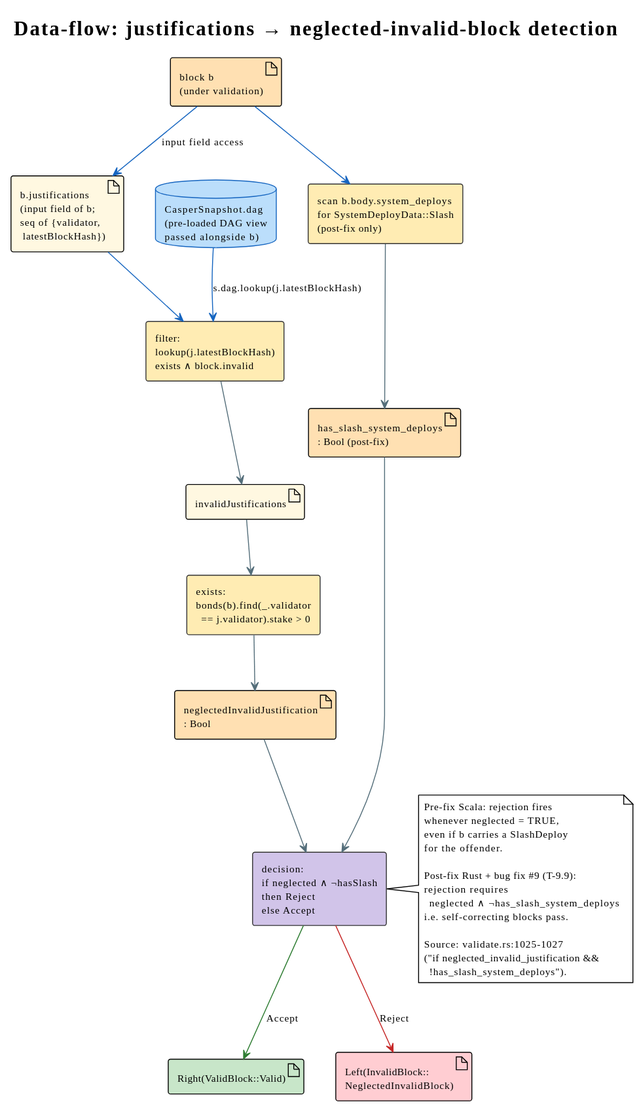
This is docs/theory/slashing/diagrams/08-dataflow-justifications-to-neglect.svg from F1R3FLY-io/f1r3node-rust, a PlantUML export, as it was before one commit. Source of this version:
```plantuml
@startuml
!theme plain

skinparam componentStyle rectangle
skinparam component {
  BackgroundColor #FFFFFF
  BorderColor     #333333
}
skinparam database {
  BackgroundColor #BBDEFB
  BorderColor     #1565C0
}
skinparam defaultFontName "sans-serif"
skinparam defaultFontSize 11

title Data-flow: justifications → neglected-invalid-block detection


artifact "block b\n(under validation)"             as B    #FFE0B2
artifact "b.justifications\n(input field of b;\nseq of {validator,\n latestBlockHash})" as J    #FFF8E1
database "CasperSnapshot.dag\n(pre-loaded DAG view\npassed alongside b)" as S    #BBDEFB

component "filter:\nlookup(j.latestBlockHash)\nexists ∧ block.invalid"  as F1   #FFECB3
component "exists:\nbonds(b).find(_.validator\n  == j.validator).stake > 0" as F2 #FFECB3
component "scan b.body.system_deploys\nfor SystemDeployData::Slash\n(post-fix only)"  as F3   #FFECB3

artifact "invalidJustifications"        as IJ   #FFF8E1
artifact "neglectedInvalidJustification\n: Bool"  as N    #FFE0B2
artifact "has_slash_system_deploys\n: Bool (post-fix)"  as HS   #FFE0B2

component "decision:\nif neglected ∧ ¬hasSlash\nthen Reject\nelse Accept"  as DEC  #D1C4E9

artifact "Right(ValidBlock::Valid)"                       as OK   #C8E6C9
artifact "Left(InvalidBlock::\nNeglectedInvalidBlock)"     as REJ  #FFCDD2

B  -[#1565C0]-> J  : input field access
J  -[#1565C0]-> F1
S  -[#1565C0]-> F1 : s.dag.lookup(j.latestBlockHash)
F1 -[#546E7A]-> IJ
IJ -[#546E7A]-> F2
F2 -[#546E7A]-> N
B  -[#1565C0]-> F3
F3 -[#546E7A]-> HS
N  -[#546E7A]-> DEC
HS -[#546E7A]-> DEC
DEC -[#2E7D32]-> OK    : Accept
DEC -[#C62828]-> REJ   : Reject

note right of DEC
  Pre-fix Scala: rejection fires
  whenever neglected = TRUE,
  even if b carries a SlashDeploy
  for the offender.

  Post-fix Rust + bug fix #9 (T-9.9):
  rejection requires
    neglected ∧ ¬has_slash_system_deploys
  i.e. self-correcting blocks pass.

  Source: validate.rs:1025-1027
  ("if neglected_invalid_justification &&
    !has_slash_system_deploys").
end note
@enduml
```
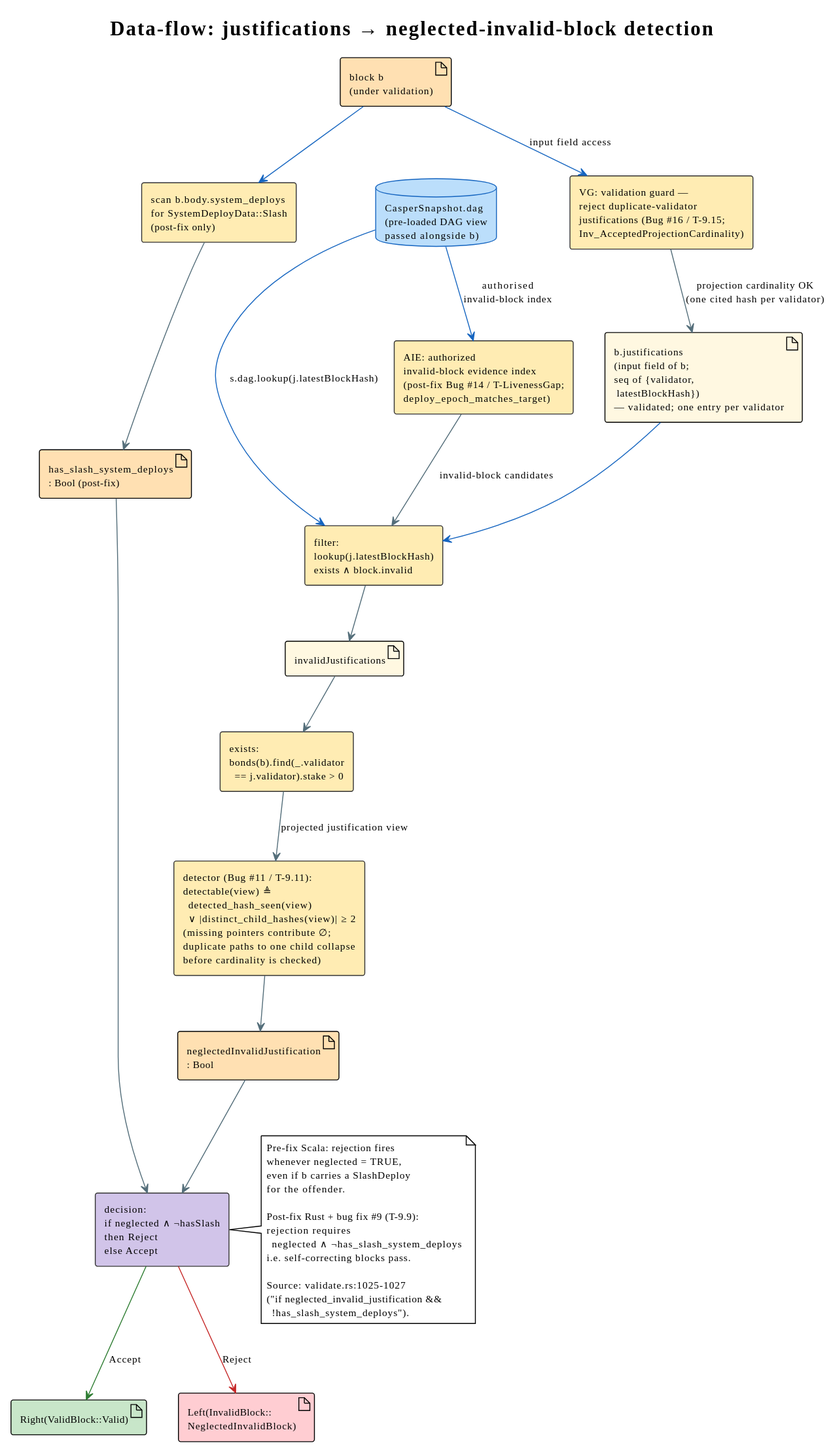
Above is the later version.

The edit, as a diff of the source:
```diff
@@ -17,12 +17,16 @@
 
 
 artifact "block b\n(under validation)"             as B    #FFE0B2
-artifact "b.justifications\n(input field of b;\nseq of {validator,\n latestBlockHash})" as J    #FFF8E1
+component "VG: validation guard —\nreject duplicate-validator\njustifications (Bug #16 / T-9.15;\nInv_AcceptedProjectionCardinality)"  as VG   #FFECB3
+artifact "b.justifications\n(input field of b;\nseq of {validator,\n latestBlockHash})\n— validated; one entry per validator" as J    #FFF8E1
 database "CasperSnapshot.dag\n(pre-loaded DAG view\npassed alongside b)" as S    #BBDEFB
 
 component "filter:\nlookup(j.latestBlockHash)\nexists ∧ block.invalid"  as F1   #FFECB3
+component "AIE: authorized\ninvalid-block evidence index\n(post-fix Bug #14 / T-LivenessGap;\ndeploy_epoch_matches_target)"  as AIE  #FFECB3
 component "exists:\nbonds(b).find(_.validator\n  == j.validator).stake > 0" as F2 #FFECB3
 component "scan b.body.system_deploys\nfor SystemDeployData::Slash\n(post-fix only)"  as F3   #FFECB3
+
+component "detector (Bug #11 / T-9.11):\ndetectable(view) ≜\n  detected_hash_seen(view)\n  ∨ |distinct_child_hashes(view)| ≥ 2\n(missing pointers contribute ∅;\nduplicate paths to one child collapse\nbefore cardinality is checked)"  as DET  #FFECB3
 
 artifact "invalidJustifications"        as IJ   #FFF8E1
 artifact "neglectedInvalidJustification\n: Bool"  as N    #FFE0B2
@@ -33,12 +37,16 @@
 artifact "Right(ValidBlock::Valid)"                       as OK   #C8E6C9
 artifact "Left(InvalidBlock::\nNeglectedInvalidBlock)"     as REJ  #FFCDD2
 
-B  -[#1565C0]-> J  : input field access
+B  -[#1565C0]-> VG : input field access
+VG -[#546E7A]-> J  : projection cardinality OK\n(one cited hash per validator)
 J  -[#1565C0]-> F1
+S  -[#1565C0]-> AIE : authorised\ninvalid-block index
+AIE -[#546E7A]-> F1 : invalid-block candidates
 S  -[#1565C0]-> F1 : s.dag.lookup(j.latestBlockHash)
 F1 -[#546E7A]-> IJ
 IJ -[#546E7A]-> F2
-F2 -[#546E7A]-> N
+F2 -[#546E7A]-> DET : projected justification view
+DET -[#546E7A]-> N
 B  -[#1565C0]-> F3
 F3 -[#546E7A]-> HS
 N  -[#546E7A]-> DEC
```
